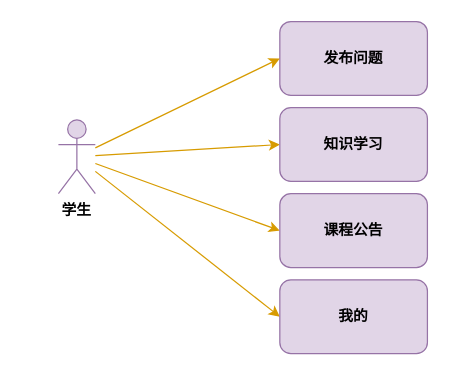
This is 学生用例.drawio from ov0-0vo/1, a draw.io file, before an edit. Source tidied: cells renumbered, new cells numbered last; positions are measured from the earlier drawing's top-left corner, leaving out a move shared by most shapes. Both pictures are drawn from the tidied source at 123%, with x=0, y=0 at pixel (58, 21).
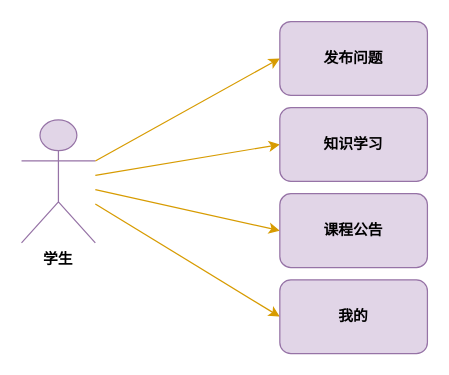
After the change.

Commit message (it also covers changes not shown here):
更新学生用例.drawio

The edit, as a diff of the source:
```diff
@@
 <mxGraphModel>
   <root>
     <mxCell id="0" />
     <mxCell id="1" parent="0" />
     <mxCell id="2" value="发布问题" style="rounded=1;whiteSpace=wrap;html=1;fillColor=#e1d5e7;strokeColor=#9673a6;fontFamily=Times New Roman;fontStyle=1;" parent="1" vertex="1">
       <mxGeometry x="180" width="120" height="60" as="geometry" />
     </mxCell>
     <mxCell id="3" style="rounded=0;jettySize=auto;html=1;entryX=0;entryY=0.5;entryDx=0;entryDy=0;fillColor=#ffe6cc;strokeColor=#D79B00;" parent="1" edge="1" source="7" target="2">
       <mxGeometry relative="1" as="geometry" />
     </mxCell>
     <mxCell id="4" style="edgeStyle=none;shape=connector;rounded=0;jettySize=auto;html=1;entryX=0;entryY=0.5;entryDx=0;entryDy=0;labelBackgroundColor=default;strokeColor=#d79b00;fontFamily=Helvetica;fontSize=12;fontColor=default;endArrow=classic;fillColor=#ffe6cc;" parent="1" edge="1" source="7" target="8">
       <mxGeometry relative="1" as="geometry" />
     </mxCell>
     <mxCell id="5" style="edgeStyle=none;shape=connector;rounded=0;jettySize=auto;html=1;labelBackgroundColor=default;strokeColor=#d79b00;fontFamily=Helvetica;fontSize=12;fontColor=default;endArrow=classic;fillColor=#ffe6cc;entryX=0;entryY=0.5;entryDx=0;entryDy=0;" parent="1" edge="1" source="7" target="9">
       <mxGeometry relative="1" as="geometry" />
     </mxCell>
     <mxCell id="6" style="edgeStyle=none;shape=connector;rounded=0;jettySize=auto;html=1;entryX=0;entryY=0.5;entryDx=0;entryDy=0;labelBackgroundColor=default;strokeColor=#d79b00;fontFamily=Helvetica;fontSize=12;fontColor=default;endArrow=classic;fillColor=#ffe6cc;" parent="1" edge="1" source="7" target="10">
       <mxGeometry relative="1" as="geometry" />
     </mxCell>
-    <mxCell id="7" value="学生" style="shape=umlActor;verticalLabelPosition=bottom;verticalAlign=top;outlineConnect=0;labelBackgroundColor=none;fillColor=#e1d5e7;strokeColor=#9673a6;fontStyle=1;" parent="1" vertex="1">
-      <mxGeometry y="80" width="30" height="60" as="geometry" />
+    <mxCell id="7" value="学生" style="shape=umlActor;verticalLabelPosition=bottom;verticalAlign=top;outlineConnect=0;labelBackgroundColor=none;fillColor=#e1d5e7;strokeColor=#9673a6;fontStyle=1;strokeWidth=1;" parent="1" vertex="1">
+      <mxGeometry x="-30" y="80" width="60" height="100" as="geometry" />
     </mxCell>
     <mxCell id="8" value="知识学习" style="rounded=1;whiteSpace=wrap;html=1;fillColor=#e1d5e7;strokeColor=#9673a6;fontFamily=Times New Roman;fontStyle=1;" parent="1" vertex="1">
       <mxGeometry x="180" y="70" width="120" height="60" as="geometry" />
     </mxCell>
     <mxCell id="9" value="课程公告" style="rounded=1;whiteSpace=wrap;html=1;fillColor=#e1d5e7;strokeColor=#9673a6;fontFamily=Times New Roman;fontStyle=1;" parent="1" vertex="1">
       <mxGeometry x="180" y="140" width="120" height="60" as="geometry" />
     </mxCell>
     <mxCell id="10" value="我的" style="rounded=1;whiteSpace=wrap;html=1;fillColor=#e1d5e7;strokeColor=#9673a6;fontFamily=Times New Roman;fontStyle=1;" parent="1" vertex="1">
       <mxGeometry x="180" y="210" width="120" height="60" as="geometry" />
     </mxCell>
   </root>
 </mxGraphModel>
```
